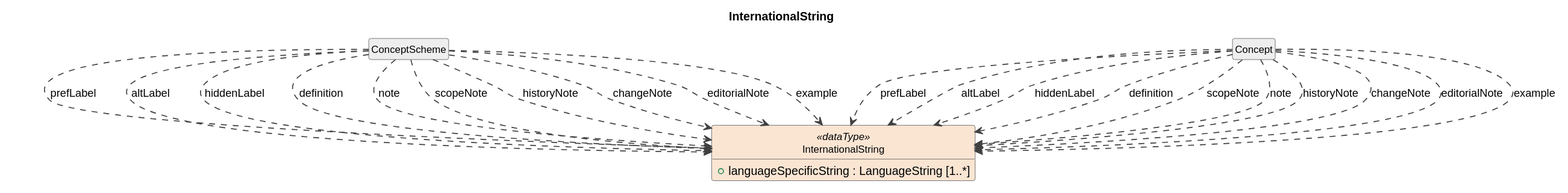
Before: build/plantuml/cdifCodelist/DataTypes/InternationalString.svg, a diagram exported from PlantUML (Cross-Domain-Interoperability-Framework/metadataBuildingBlocks). The source it was exported from:
```plantuml
@startuml
title InternationalString
hide circle
hide empty members
skinparam shadowing false
skinparam ArrowThickness 1.2
skinparam class {
  ArrowColor #404040
  BorderColor #404040
  FontSize 12
}

class "InternationalString" as InternationalString <<dataType>> #FAE5D3 {
  +languageSpecificString : LanguageString [1..*]
}
class "ConceptScheme" as ConceptScheme #EEEEEE
ConceptScheme ..> InternationalString : prefLabel
ConceptScheme ..> InternationalString : altLabel
ConceptScheme ..> InternationalString : hiddenLabel
ConceptScheme ..> InternationalString : definition
ConceptScheme ..> InternationalString : note
ConceptScheme ..> InternationalString : scopeNote
ConceptScheme ..> InternationalString : historyNote
ConceptScheme ..> InternationalString : changeNote
ConceptScheme ..> InternationalString : editorialNote
ConceptScheme ..> InternationalString : example
class "Concept" as Concept #EEEEEE
Concept ..> InternationalString : prefLabel
Concept ..> InternationalString : altLabel
Concept ..> InternationalString : hiddenLabel
Concept ..> InternationalString : definition
Concept ..> InternationalString : scopeNote
Concept ..> InternationalString : note
Concept ..> InternationalString : historyNote
Concept ..> InternationalString : changeNote
Concept ..> InternationalString : editorialNote
Concept ..> InternationalString : example
@enduml
```
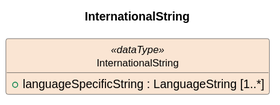
Above is the later version.

Diff of the diagram source:
```diff
@@ -13,26 +13,4 @@
 class "InternationalString" as InternationalString <<dataType>> #FAE5D3 {
   +languageSpecificString : LanguageString [1..*]
 }
-class "ConceptScheme" as ConceptScheme #EEEEEE
-ConceptScheme ..> InternationalString : prefLabel
-ConceptScheme ..> InternationalString : altLabel
-ConceptScheme ..> InternationalString : hiddenLabel
-ConceptScheme ..> InternationalString : definition
-ConceptScheme ..> InternationalString : note
-ConceptScheme ..> InternationalString : scopeNote
-ConceptScheme ..> InternationalString : historyNote
-ConceptScheme ..> InternationalString : changeNote
-ConceptScheme ..> InternationalString : editorialNote
-ConceptScheme ..> InternationalString : example
-class "Concept" as Concept #EEEEEE
-Concept ..> InternationalString : prefLabel
-Concept ..> InternationalString : altLabel
-Concept ..> InternationalString : hiddenLabel
-Concept ..> InternationalString : definition
-Concept ..> InternationalString : scopeNote
-Concept ..> InternationalString : note
-Concept ..> InternationalString : historyNote
-Concept ..> InternationalString : changeNote
-Concept ..> InternationalString : editorialNote
-Concept ..> InternationalString : example
 @enduml
```
